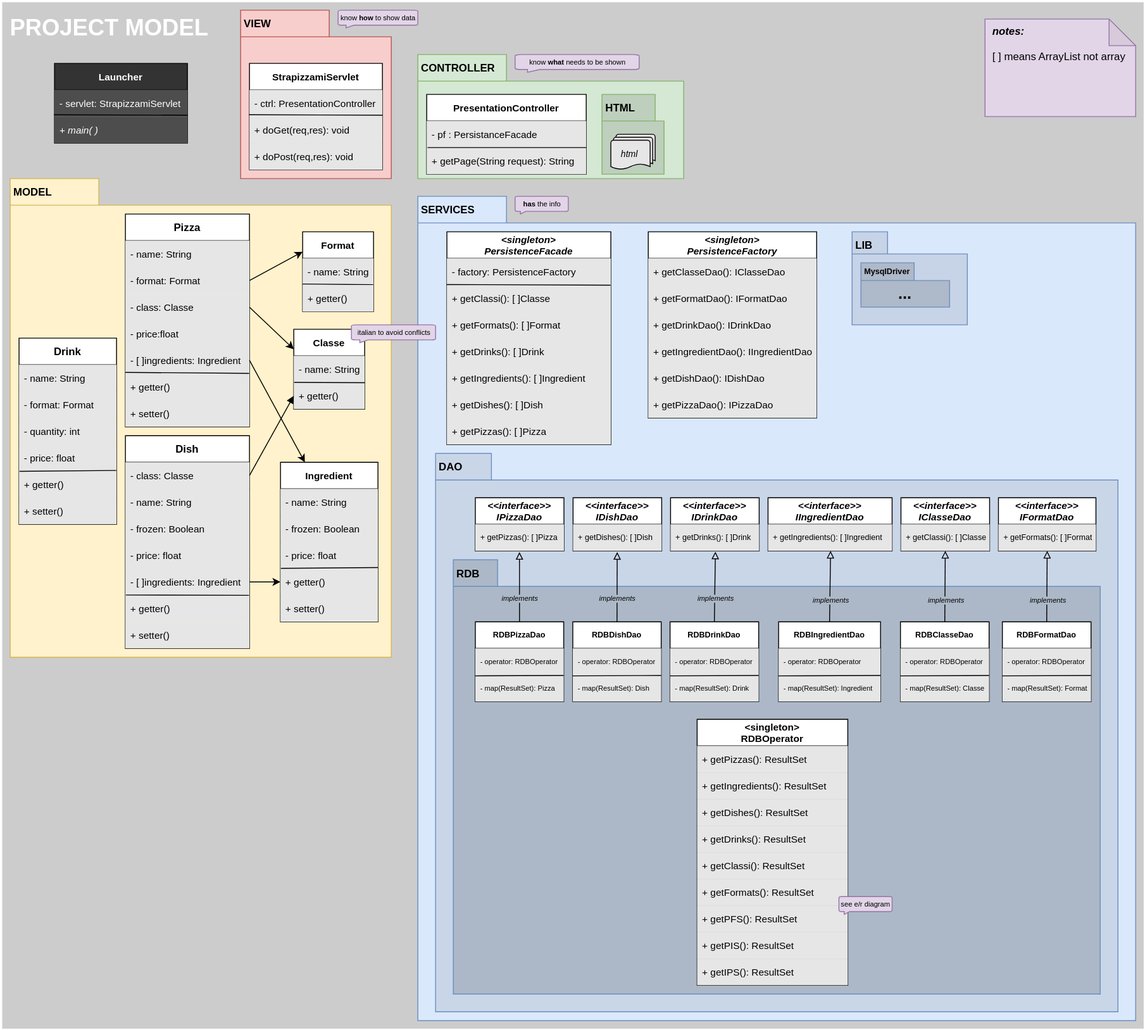
omismone/strapizzami keeps this draw.io diagram as doc/assets/projectModelCiclo1.drawio.svg. Above is the earlier version. Source tidied: cells renumbered, new cells last; positions are measured from the earlier drawing's top-left corner, leaving out a move shared by most shapes.
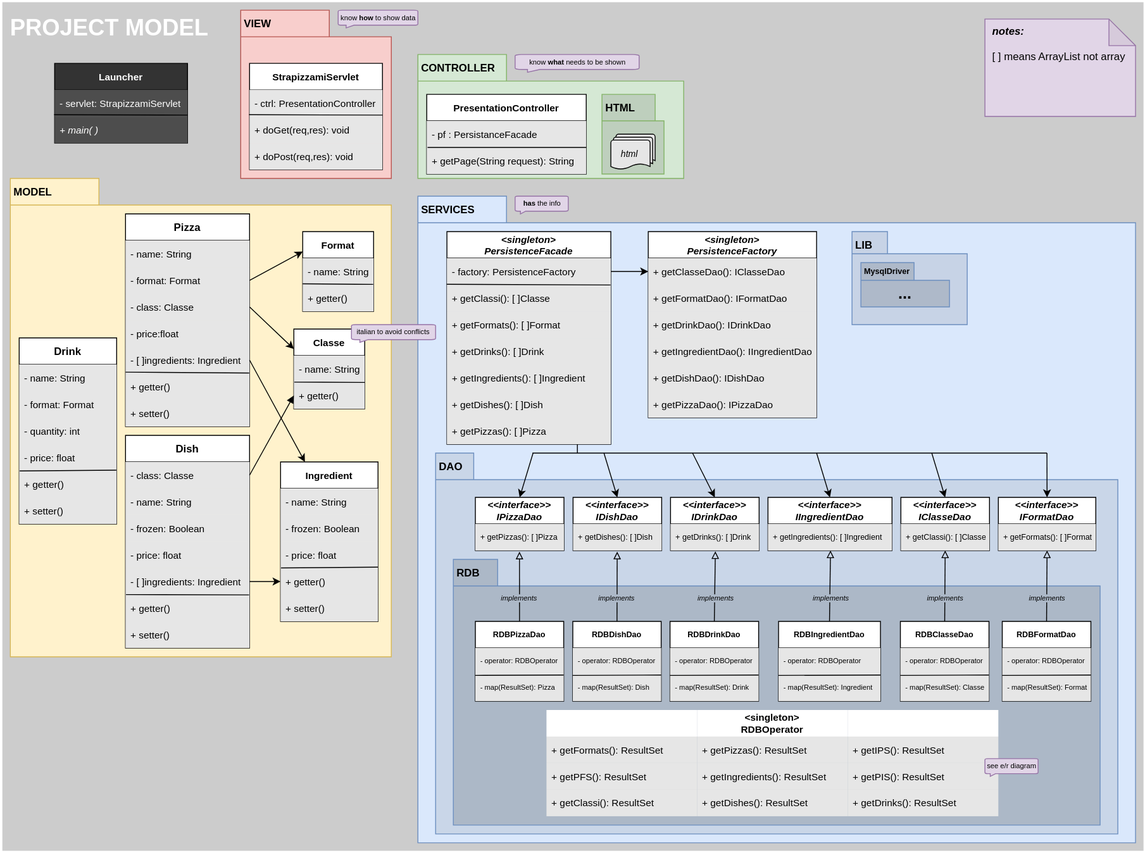
The same file after the commit.

The edit, as a diff of the source:
```diff
@@ -3,7 +3,7 @@
     <mxCell id="0" />
     <mxCell id="1" parent="0" />
     <mxCell id="2" value="PROJECT MODEL" style="rounded=0;whiteSpace=wrap;html=1;labelBackgroundColor=none;fontSize=26;strokeWidth=2;fillColor=#CCCCCC;strokeColor=#FFFFFF;verticalAlign=top;align=left;fontColor=#FFFFFF;fontStyle=1;spacingLeft=8;spacingTop=8;labelBorderColor=none;" parent="1" vertex="1">
-      <mxGeometry width="1290" height="1160" as="geometry" />
+      <mxGeometry width="1290" height="960" as="geometry" />
     </mxCell>
     <mxCell id="3" value="MODEL" style="shape=folder;fontStyle=1;spacingTop=2;tabWidth=100;tabHeight=30;tabPosition=left;html=1;verticalAlign=top;align=left;horizontal=1;labelPosition=center;verticalLabelPosition=middle;fontSize=12;spacingLeft=2;fillColor=#fff2cc;strokeColor=#d6b656;" parent="1" vertex="1">
       <mxGeometry x="10" y="200" width="430" height="540" as="geometry" />
@@ -114,7 +114,7 @@
       <mxGeometry relative="1" as="geometry" />
     </mxCell>
     <mxCell id="39" value="SERVICES" style="shape=folder;fontStyle=1;spacingTop=2;tabWidth=100;tabHeight=30;tabPosition=left;html=1;verticalAlign=top;align=left;horizontal=1;labelPosition=center;verticalLabelPosition=middle;fontSize=12;spacingLeft=2;fillColor=#dae8fc;strokeColor=#6c8ebf;" parent="1" vertex="1">
-      <mxGeometry x="470" y="220" width="810" height="930" as="geometry" />
+      <mxGeometry x="470" y="220" width="810" height="730" as="geometry" />
     </mxCell>
     <mxCell id="40" value="&lt;singleton&gt;&#10;PersistenceFacade" style="swimlane;fontStyle=3;horizontal=1;startSize=30;fontSize=11;" parent="1" vertex="1">
       <mxGeometry x="502.8" y="260" width="185" height="240" as="geometry" />
@@ -144,7 +144,7 @@
       <mxGeometry relative="1" as="geometry" />
     </mxCell>
     <mxCell id="49" value="DAO" style="shape=folder;fontStyle=1;spacingTop=2;tabWidth=40;tabHeight=30;tabPosition=left;html=1;verticalAlign=top;align=left;horizontal=1;labelPosition=center;verticalLabelPosition=middle;fontSize=12;spacingLeft=2;fillColor=#C9D6E8;strokeColor=#6c8ebf;" parent="1" vertex="1">
-      <mxGeometry x="490" y="510" width="770" height="630" as="geometry" />
+      <mxGeometry x="490" y="510" width="770" height="430" as="geometry" />
     </mxCell>
     <mxCell id="50" value="&lt;&lt;interface&gt;&gt;&#10;IPizzaDao" style="swimlane;fontStyle=3;horizontal=1;startSize=30;fontSize=11;" parent="1" vertex="1">
       <mxGeometry x="534.9" y="560" width="100" height="60" as="geometry" />
@@ -153,7 +153,7 @@
       <mxGeometry y="30" width="100" height="30" as="geometry" />
     </mxCell>
     <mxCell id="52" value="RDB" style="shape=folder;fontStyle=1;spacingTop=2;tabWidth=50;tabHeight=30;tabPosition=left;html=1;verticalAlign=top;align=left;horizontal=1;labelPosition=center;verticalLabelPosition=middle;fontSize=12;spacingLeft=2;fillColor=#ACB8C7;strokeColor=#6c8ebf;" parent="1" vertex="1">
-      <mxGeometry x="510" y="630" width="730" height="490" as="geometry" />
+      <mxGeometry x="510" y="630" width="730" height="300" as="geometry" />
     </mxCell>
     <mxCell id="53" value="RDBPizzaDao" style="swimlane;fontStyle=1;horizontal=1;startSize=30;fontSize=9;" parent="1" vertex="1">
       <mxGeometry x="534.9" y="700" width="99.7" height="90" as="geometry" />
@@ -167,8 +167,8 @@
     <mxCell id="56" style="endArrow=none;html=1;rounded=0;fontSize=11;exitX=-0.002;exitY=1.033;exitDx=0;exitDy=0;exitPerimeter=0;entryX=1;entryY=0.019;entryDx=0;entryDy=0;entryPerimeter=0;" parent="53" edge="1" source="54" target="55">
       <mxGeometry relative="1" as="geometry" />
     </mxCell>
-    <mxCell id="57" value="&lt;singleton&gt;&#10;RDBOperator" style="swimlane;fontStyle=1;horizontal=1;startSize=30;fontSize=11;" parent="1" vertex="1">
-      <mxGeometry x="785.1" y="810" width="170" height="300" as="geometry" />
+    <mxCell id="57" value="&lt;singleton&gt;&#10;RDBOperator" style="swimlane;fontStyle=1;horizontal=1;startSize=30;fontSize=11;strokeColor=none;" parent="1" vertex="1">
+      <mxGeometry x="785.1" y="800" width="170" height="120" as="geometry" />
     </mxCell>
     <mxCell id="58" value="+ getPizzas(): ResultSet" style="text;strokeColor=none;fillColor=#E6E6E6;align=left;verticalAlign=middle;spacingLeft=4;spacingRight=4;overflow=hidden;fontSize=11;" parent="57" vertex="1">
       <mxGeometry y="30" width="170" height="30" as="geometry" />
@@ -179,24 +179,6 @@
     <mxCell id="60" value="+ getDishes(): ResultSet" style="text;strokeColor=none;fillColor=#E6E6E6;align=left;verticalAlign=middle;spacingLeft=4;spacingRight=4;overflow=hidden;fontSize=11;" parent="57" vertex="1">
       <mxGeometry y="90" width="170" height="30" as="geometry" />
     </mxCell>
-    <mxCell id="61" value="+ getDrinks(): ResultSet" style="text;strokeColor=none;fillColor=#E6E6E6;align=left;verticalAlign=middle;spacingLeft=4;spacingRight=4;overflow=hidden;fontSize=11;" parent="57" vertex="1">
-      <mxGeometry y="120" width="170" height="30" as="geometry" />
-    </mxCell>
-    <mxCell id="62" value="+ getClassi(): ResultSet" style="text;strokeColor=none;fillColor=#E6E6E6;align=left;verticalAlign=middle;spacingLeft=4;spacingRight=4;overflow=hidden;fontSize=11;" parent="57" vertex="1">
-      <mxGeometry y="150" width="170" height="30" as="geometry" />
-    </mxCell>
-    <mxCell id="63" value="+ getFormats(): ResultSet" style="text;strokeColor=none;fillColor=#E6E6E6;align=left;verticalAlign=middle;spacingLeft=4;spacingRight=4;overflow=hidden;fontSize=11;" parent="57" vertex="1">
-      <mxGeometry y="180" width="170" height="30" as="geometry" />
-    </mxCell>
-    <mxCell id="64" value="+ getPFS(): ResultSet" style="text;strokeColor=none;fillColor=#E6E6E6;align=left;verticalAlign=middle;spacingLeft=4;spacingRight=4;overflow=hidden;fontSize=11;" parent="57" vertex="1">
-      <mxGeometry y="210" width="170" height="30" as="geometry" />
-    </mxCell>
-    <mxCell id="65" value="+ getPIS(): ResultSet" style="text;strokeColor=none;fillColor=#E6E6E6;align=left;verticalAlign=middle;spacingLeft=4;spacingRight=4;overflow=hidden;fontSize=11;" parent="57" vertex="1">
-      <mxGeometry y="240" width="170" height="30" as="geometry" />
-    </mxCell>
-    <mxCell id="66" value="+ getIPS(): ResultSet" style="text;strokeColor=none;fillColor=#E6E6E6;align=left;verticalAlign=middle;spacingLeft=4;spacingRight=4;overflow=hidden;fontSize=11;" parent="57" vertex="1">
-      <mxGeometry y="270" width="170" height="30" as="geometry" />
-    </mxCell>
     <mxCell id="67" value="Dish" style="swimlane;fontStyle=1;horizontal=1;startSize=30;fontSize=12;" parent="1" vertex="1">
       <mxGeometry x="140" y="490" width="140" height="240" as="geometry" />
     </mxCell>
@@ -230,9 +212,6 @@
     <mxCell id="77" style="endArrow=classic;html=1;rounded=0;fontSize=11;exitX=1;exitY=0.5;exitDx=0;exitDy=0;entryX=0;entryY=0.5;entryDx=0;entryDy=0;" parent="1" edge="1" source="72" target="25">
       <mxGeometry relative="1" as="geometry" />
     </mxCell>
-    <mxCell id="78" value="see e/r diagram" style="html=1;verticalLabelPosition=middle;align=center;labelBackgroundColor=none;verticalAlign=middle;strokeWidth=1;strokeColor=#9673a6;shadow=0;dashed=0;shape=mxgraph.ios7.icons.message;labelBorderColor=none;fontSize=8;direction=east;flipH=1;labelPosition=center;spacingTop=-3;fillColor=#e1d5e7;" parent="1" vertex="1">
-      <mxGeometry x="945.1" y="1010" width="60" height="20" as="geometry" />
-    </mxCell>
     <mxCell id="79" style="endArrow=block;html=1;rounded=0;labelBackgroundColor=none;fontSize=8;fontColor=default;strokeColor=default;exitX=0.5;exitY=0;exitDx=0;exitDy=0;entryX=0.498;entryY=1.044;entryDx=0;entryDy=0;entryPerimeter=0;endFill=0;" parent="1" edge="1" source="53" target="51">
       <mxGeometry relative="1" as="geometry" />
     </mxCell>
@@ -463,5 +442,77 @@
     <mxCell id="152" value="+ getPizzaDao(): IPizzaDao" style="text;strokeColor=none;fillColor=#E6E6E6;align=left;verticalAlign=middle;spacingLeft=4;spacingRight=4;overflow=hidden;fontSize=11;" parent="146" vertex="1">
       <mxGeometry y="180" width="190" height="30" as="geometry" />
     </mxCell>
+    <mxCell id="153" style="endArrow=none;html=1;rounded=0;exitX=0.5;exitY=1;exitDx=0;exitDy=0;" parent="1" edge="1">
+      <mxGeometry relative="1" as="geometry">
+        <mxPoint x="599.3" y="510" as="sourcePoint" />
+        <mxPoint x="1180" y="510" as="targetPoint" />
+      </mxGeometry>
+    </mxCell>
+    <mxCell id="154" style="endArrow=classic;html=1;rounded=0;entryX=0.5;entryY=0;entryDx=0;entryDy=0;" parent="1" edge="1" target="50">
+      <mxGeometry relative="1" as="geometry">
+        <mxPoint x="600" y="510" as="sourcePoint" />
+      </mxGeometry>
+    </mxCell>
+    <mxCell id="155" style="endArrow=classic;html=1;rounded=0;entryX=0.5;entryY=0;entryDx=0;entryDy=0;" parent="1" edge="1" target="81">
+      <mxGeometry relative="1" as="geometry">
+        <mxPoint x="680" y="510" as="sourcePoint" />
+      </mxGeometry>
+    </mxCell>
+    <mxCell id="156" style="endArrow=classic;html=1;rounded=0;entryX=0.5;entryY=0;entryDx=0;entryDy=0;" parent="1" edge="1" target="89">
+      <mxGeometry relative="1" as="geometry">
+        <mxPoint x="780" y="510" as="sourcePoint" />
+      </mxGeometry>
+    </mxCell>
+    <mxCell id="157" style="endArrow=classic;html=1;rounded=0;entryX=0.5;entryY=0;entryDx=0;entryDy=0;" parent="1" edge="1" target="97">
+      <mxGeometry relative="1" as="geometry">
+        <mxPoint x="920" y="510" as="sourcePoint" />
+      </mxGeometry>
+    </mxCell>
+    <mxCell id="158" style="endArrow=classic;html=1;rounded=0;entryX=0.5;entryY=0;entryDx=0;entryDy=0;" parent="1" edge="1" target="103">
+      <mxGeometry relative="1" as="geometry">
+        <mxPoint x="1050" y="510" as="sourcePoint" />
+      </mxGeometry>
+    </mxCell>
+    <mxCell id="159" style="endArrow=classic;html=1;rounded=0;entryX=0.5;entryY=0;entryDx=0;entryDy=0;" parent="1" edge="1" target="109">
+      <mxGeometry relative="1" as="geometry">
+        <mxPoint x="1180" y="510" as="sourcePoint" />
+      </mxGeometry>
+    </mxCell>
+    <mxCell id="160" style="endArrow=none;html=1;rounded=0;" parent="1" edge="1">
+      <mxGeometry relative="1" as="geometry">
+        <mxPoint x="650" y="510" as="sourcePoint" />
+        <mxPoint x="650" y="500" as="targetPoint" />
+      </mxGeometry>
+    </mxCell>
+    <mxCell id="161" style="endArrow=classic;html=1;rounded=0;exitX=1;exitY=0.5;exitDx=0;exitDy=0;entryX=0;entryY=0.5;entryDx=0;entryDy=0;" parent="1" edge="1" source="41" target="147">
+      <mxGeometry relative="1" as="geometry" />
+    </mxCell>
+    <mxCell id="66" value="+ getIPS(): ResultSet" style="text;strokeColor=none;fillColor=#E6E6E6;align=left;verticalAlign=middle;spacingLeft=4;spacingRight=4;overflow=hidden;fontSize=11;" parent="1" vertex="1">
+      <mxGeometry x="955.1" y="830" width="170" height="30" as="geometry" />
+    </mxCell>
+    <mxCell id="65" value="+ getPIS(): ResultSet" style="text;strokeColor=none;fillColor=#E6E6E6;align=left;verticalAlign=middle;spacingLeft=4;spacingRight=4;overflow=hidden;fontSize=11;" parent="1" vertex="1">
+      <mxGeometry x="955.1" y="860" width="170" height="30" as="geometry" />
+    </mxCell>
+    <mxCell id="64" value="+ getPFS(): ResultSet" style="text;strokeColor=none;fillColor=#E6E6E6;align=left;verticalAlign=middle;spacingLeft=4;spacingRight=4;overflow=hidden;fontSize=11;" parent="1" vertex="1">
+      <mxGeometry x="615.1" y="860" width="170" height="30" as="geometry" />
+    </mxCell>
+    <mxCell id="63" value="+ getFormats(): ResultSet" style="text;strokeColor=none;fillColor=#E6E6E6;align=left;verticalAlign=middle;spacingLeft=4;spacingRight=4;overflow=hidden;fontSize=11;" parent="1" vertex="1">
+      <mxGeometry x="615.1" y="830" width="170" height="30" as="geometry" />
+    </mxCell>
+    <mxCell id="62" value="+ getClassi(): ResultSet" style="text;strokeColor=none;fillColor=#E6E6E6;align=left;verticalAlign=middle;spacingLeft=4;spacingRight=4;overflow=hidden;fontSize=11;" parent="1" vertex="1">
+      <mxGeometry x="615.1" y="890" width="170" height="30" as="geometry" />
+    </mxCell>
+    <mxCell id="61" value="+ getDrinks(): ResultSet" style="text;strokeColor=none;fillColor=#E6E6E6;align=left;verticalAlign=middle;spacingLeft=4;spacingRight=4;overflow=hidden;fontSize=11;" parent="1" vertex="1">
+      <mxGeometry x="955.1" y="890" width="170" height="30" as="geometry" />
+    </mxCell>
+    <mxCell id="162" style="swimlane;fontStyle=1;horizontal=1;startSize=30;fontSize=11;strokeColor=none;" parent="1" vertex="1">
+      <mxGeometry x="615.1" y="800" width="170" height="30" as="geometry" />
+    </mxCell>
+    <mxCell id="163" style="swimlane;fontStyle=1;horizontal=1;startSize=30;fontSize=11;strokeColor=none;" parent="1" vertex="1">
+      <mxGeometry x="955.1" y="800" width="170" height="30" as="geometry" />
+    </mxCell>
+    <mxCell id="78" value="see e/r diagram" style="html=1;verticalLabelPosition=middle;align=center;labelBackgroundColor=none;verticalAlign=middle;strokeWidth=1;strokeColor=#9673a6;shadow=0;dashed=0;shape=mxgraph.ios7.icons.message;labelBorderColor=none;fontSize=8;direction=east;flipH=1;labelPosition=center;spacingTop=-3;fillColor=#e1d5e7;" parent="1" vertex="1">
+      <mxGeometry x="1110" y="855" width="60" height="20" as="geometry" />
+    </mxCell>
   </root>
 </mxGraphModel>
```
